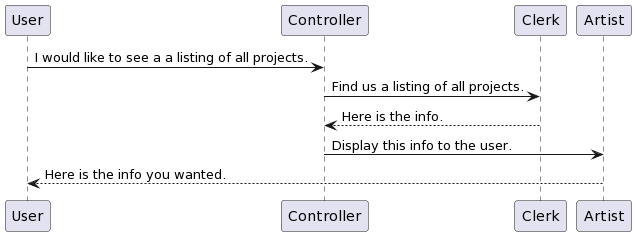
Before: 03_Elaboration/images/user_story_see_listing.png, a diagram exported from PlantUML (garthmortensen/BetterCryptoBureau). The source it was exported from:
```plantuml
@startuml
User -> Controller: I would like to see a a listing of all projects.
Controller -> Clerk: Find us a listing of all projects.
Clerk --> Controller: Here is the info.
Controller -> Artist: Display this info to the user.
Artist --> User: Here is the info you wanted.
@enduml
```
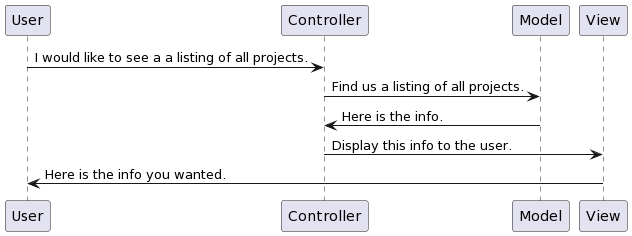
After the commit.

Change to the diagram source:
```diff
@@ -1,7 +1,7 @@
 @startuml
 User -> Controller: I would like to see a a listing of all projects.
-Controller -> Clerk: Find us a listing of all projects.
-Clerk --> Controller: Here is the info.
-Controller -> Artist: Display this info to the user.
-Artist --> User: Here is the info you wanted.
+Controller -> Model: Find us a listing of all projects.
+Model -> Controller: Here is the info.
+Controller -> View: Display this info to the user.
+View -> User: Here is the info you wanted.
 @enduml
```
